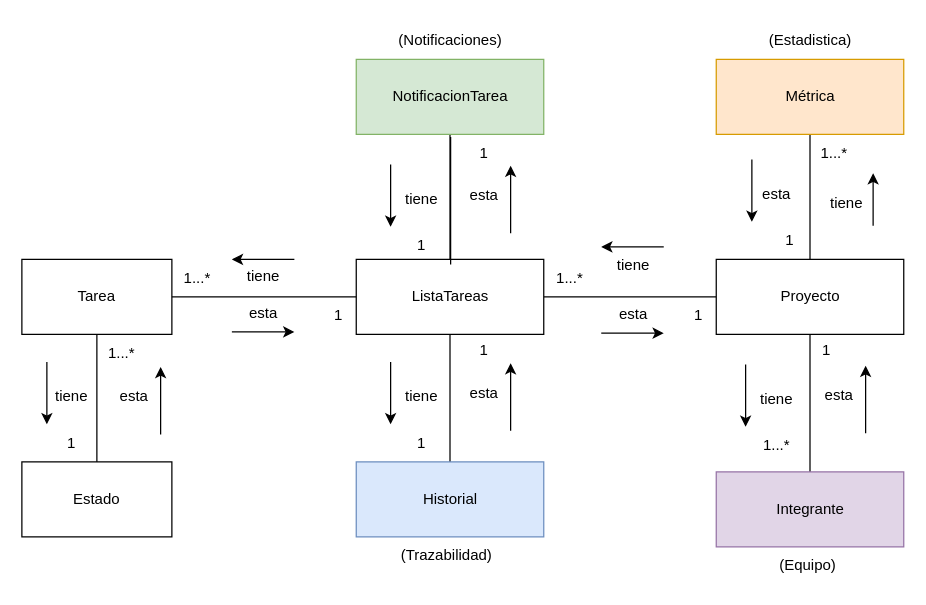
Before: page "AnemicModelProjects" (3 of 13) of CoTasker_BoundedContext.drawio in Migue1409-KP/DOO-working-group, a draw.io diagram. Source tidied: cells renumbered, new cells numbered last; positions are measured from the earlier drawing's top-left corner, leaving out a move shared by most shapes. Both pictures are drawn from the tidied source at 125%, with x=0, y=0 at pixel (21, 21).
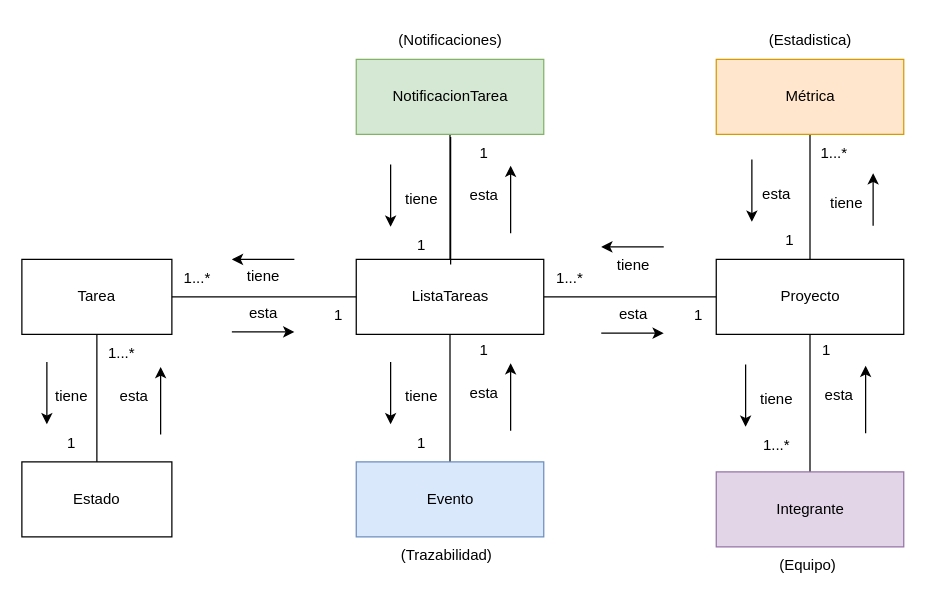
The same page after the edit.

The edit, as a diff of the source:
```diff
@@
-    <mxCell id="37" value="Historial" style="rounded=0;whiteSpace=wrap;html=1;fillColor=#dae8fc;strokeColor=#6c8ebf;" parent="1" vertex="1">
+    <mxCell id="37" value="Evento" style="rounded=0;whiteSpace=wrap;html=1;fillColor=#dae8fc;strokeColor=#6c8ebf;" parent="1" vertex="1">
       <mxGeometry x="267.5" y="352" width="150" height="60" as="geometry" />
     </mxCell>
```
